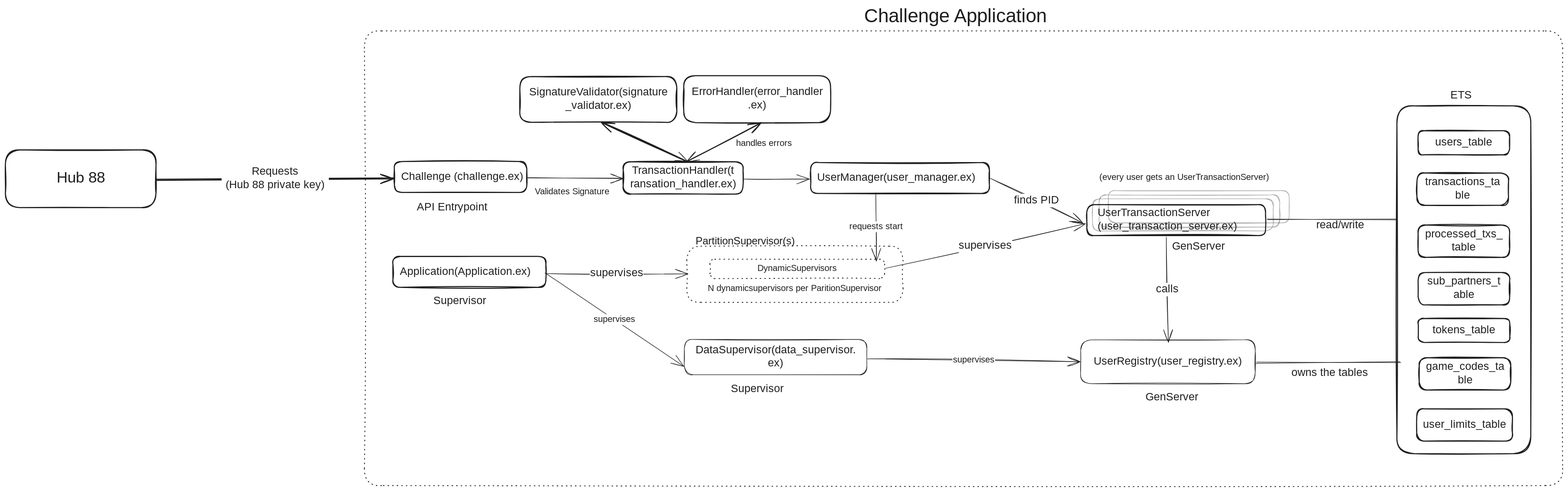
Earlier version of the Excalidraw export architecture.excalidraw.svg (0xSSDD/hub88-snr-sol). Source tidied: one line per element, renumbered; positions are measured from the earlier drawing's top-left corner, leaving out a move shared by most shapes.
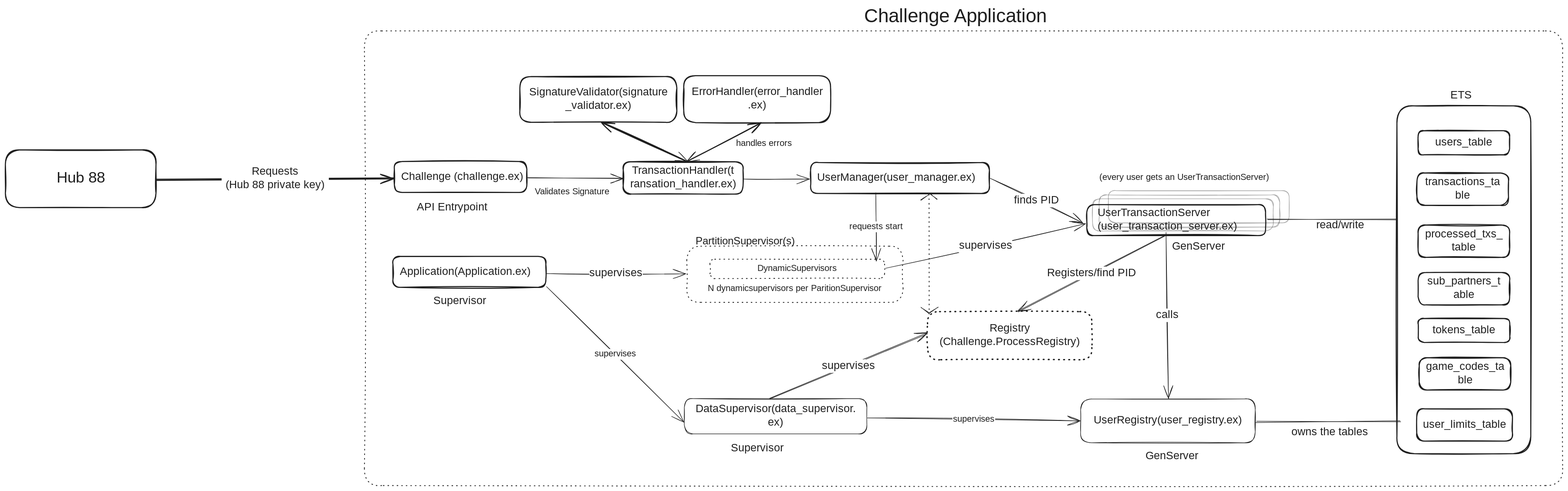
Later version of the same file.

Commit message:
docs and diagram improvment

The edit, as a diff of the source:
```diff
@@ -24,12 +24,12 @@
 {"id": 23, "type": "arrow", "strokeColor": "#1e1e1e", "strokeWidth": 1, "roughness": 1, "endArrowhead": "arrow", "from": 9, "to": 7, "x": 1111, "y": 217, "width": 159, "height": 73, "points": [[0, 0], [159, 73]]}
 {"id": 24, "type": "arrow", "strokeColor": "#1e1e1e", "strokeWidth": 2, "roughness": 1, "endArrowhead": "arrow", "from": 7, "to": 11, "x": 1267, "y": 290, "width": 138, "height": 72, "points": [[0, 0], [138, -72]]}
 {"id": 25, "type": "arrow", "strokeColor": "#1e1e1e", "strokeWidth": 1, "roughness": 1, "endArrowhead": "arrow", "from": 11, "to": 7, "x": 1406, "y": 219, "width": 140, "height": 72, "points": [[0, 0], [-140, 72]]}
-{"id": 26, "type": "rectangle", "strokeColor": "#1e1e1e", "strokeWidth": 1, "roughness": 1, "round": true, "x": 1262, "y": 621, "width": 339, "height": 66}
+{"id": 26, "type": "rectangle", "strokeColor": "#1e1e1e", "strokeWidth": 1, "roughness": 1, "round": true, "x": 1262, "y": 731, "width": 339, "height": 66}
-{"id": 27, "type": "text", "text": "DataSupervisor(data_supervisor.\nex)", "strokeColor": "#1e1e1e", "strokeWidth": 1, "roughness": 1, "fontSize": 20, "fontFamily": 5, "textAlign": "center", "verticalAlign": "middle", "inside": 26, "x": 1272, "y": 629, "width": 320, "height": 50}
+{"id": 27, "type": "text", "text": "DataSupervisor(data_supervisor.\nex)", "strokeColor": "#1e1e1e", "strokeWidth": 1, "roughness": 1, "fontSize": 20, "fontFamily": 5, "textAlign": "center", "verticalAlign": "middle", "inside": 26, "x": 1272, "y": 738, "width": 320, "height": 50}
-{"id": 28, "type": "arrow", "strokeColor": "#1e1e1e", "strokeWidth": 1, "roughness": 1, "endArrowhead": "arrow", "from": 26, "to": 30, "x": 1603, "y": 657, "width": 395, "height": 5, "points": [[0, 0], [395, 5]]}
+{"id": 28, "type": "arrow", "strokeColor": "#1e1e1e", "strokeWidth": 1, "roughness": 1, "endArrowhead": "arrow", "from": 26, "to": 30, "x": 1603, "y": 767, "width": 395, "height": 5, "points": [[0, 0], [395, 5]]}
 {"id": 29, "type": "text", "text": "supervises", "strokeColor": "#1e1e1e", "strokeWidth": 1, "strokeStyle": "dotted", "roughness": 1, "fontSize": 16, "fontFamily": 5, "textAlign": "center", "verticalAlign": "middle", "inside": 28, "x": 1707, "y": 655, "width": 80, "height": 20}
-{"id": 30, "type": "rectangle", "strokeColor": "#1e1e1e", "strokeWidth": 1, "roughness": 1, "round": true, "x": 1999, "y": 621, "width": 325, "height": 82}
+{"id": 30, "type": "rectangle", "strokeColor": "#1e1e1e", "strokeWidth": 1, "roughness": 1, "round": true, "x": 1999, "y": 731, "width": 325, "height": 82}
-{"id": 31, "type": "text", "text": "UserRegistry(user_registry.ex)", "strokeColor": "#1e1e1e", "strokeWidth": 1, "roughness": 1, "fontSize": 20, "fontFamily": 5, "textAlign": "center", "verticalAlign": "middle", "inside": 30, "x": 2011, "y": 650, "width": 301, "height": 25}
+{"id": 31, "type": "text", "text": "UserRegistry(user_registry.ex)", "strokeColor": "#1e1e1e", "strokeWidth": 1, "roughness": 1, "fontSize": 20, "fontFamily": 5, "textAlign": "center", "verticalAlign": "middle", "inside": 30, "x": 2011, "y": 760, "width": 301, "height": 25}
 {"id": 32, "type": "rectangle", "strokeColor": "#1e1e1e", "strokeWidth": 2, "roughness": 1, "round": true, "x": 2587, "y": 187, "width": 249, "height": 646}
 {"id": 33, "type": "rectangle", "strokeColor": "#1e1e1e", "strokeWidth": 2, "roughness": 1, "round": true, "x": 2626, "y": 233, "width": 170, "height": 45}
 {"id": 34, "type": "text", "text": "users_table", "strokeColor": "#1e1e1e", "strokeWidth": 1, "roughness": 1, "fontSize": 20, "fontFamily": 5, "textAlign": "center", "verticalAlign": "middle", "inside": 33, "x": 2654, "y": 243, "width": 114, "height": 25}
@@ -47,20 +47,20 @@
 {"id": 46, "type": "text", "text": "user_limits_table", "strokeColor": "#1e1e1e", "strokeWidth": 1, "roughness": 1, "fontSize": 20, "fontFamily": 5, "textAlign": "center", "verticalAlign": "middle", "inside": 45, "x": 2630, "y": 767, "width": 166, "height": 25}
 {"id": 47, "type": "line", "strokeColor": "#1e1e1e", "strokeWidth": 1, "roughness": 1, "round": true, "x": 2347, "y": 398, "width": 240, "height": 1, "points": [[0, 0], [240, -1]]}
 {"id": 48, "type": "text", "text": "ETS", "strokeColor": "#1e1e1e", "strokeWidth": 1, "roughness": 1, "fontSize": 20, "fontFamily": 5, "x": 2687, "y": 155, "width": 44, "height": 25}
-{"id": 49, "type": "arrow", "strokeColor": "#1e1e1e", "strokeWidth": 1, "roughness": 1, "endArrowhead": "arrow", "from": 20, "to": 26, "x": 1003, "y": 497, "width": 258, "height": 174, "points": [[0, 0], [258, 174]]}
+{"id": 49, "type": "arrow", "strokeColor": "#1e1e1e", "strokeWidth": 1, "roughness": 1, "endArrowhead": "arrow", "from": 20, "to": 26, "x": 1006, "y": 523, "width": 255, "height": 252, "points": [[0, 0], [255, 252]]}
-{"id": 50, "type": "text", "text": "supervises", "strokeColor": "#1e1e1e", "strokeWidth": 1, "strokeStyle": "dotted", "roughness": 1, "fontSize": 16, "fontFamily": 5, "textAlign": "center", "verticalAlign": "middle", "inside": 49, "x": 1041, "y": 577, "width": 80, "height": 20}
+{"id": 50, "type": "text", "text": "supervises", "strokeColor": "#1e1e1e", "strokeWidth": 1, "strokeStyle": "dotted", "roughness": 1, "fontSize": 16, "fontFamily": 5, "textAlign": "center", "verticalAlign": "middle", "inside": 49, "x": 1080, "y": 629, "width": 80, "height": 20}
 {"id": 51, "type": "text", "text": "(every user gets an UserTransactionServer)", "strokeColor": "#1e1e1e", "strokeWidth": 1, "roughness": 1, "fontSize": 16.32, "fontFamily": 5, "x": 2034, "y": 310, "width": 349, "height": 20}
 {"id": 52, "type": "rectangle", "strokeColor": "#1e1e1e", "strokeWidth": 1, "roughness": 1, "opacity": 40, "round": true, "x": 2021, "y": 359, "width": 336, "height": 60}
 {"id": 53, "type": "rectangle", "strokeColor": "#1e1e1e", "strokeWidth": 1, "roughness": 1, "opacity": 40, "round": true, "x": 2033, "y": 352, "width": 336, "height": 60}
 {"id": 54, "type": "rectangle", "strokeColor": "#1e1e1e", "strokeWidth": 1, "roughness": 1, "opacity": 40, "round": true, "x": 2051, "y": 344, "width": 336, "height": 60}
-{"id": 55, "type": "text", "text": "owns the tables", "strokeColor": "#1e1e1e", "strokeWidth": 1, "roughness": 1, "fontSize": 20, "fontFamily": 5, "x": 2391, "y": 671, "width": 156, "height": 25}
+{"id": 55, "type": "text", "text": "owns the tables", "strokeColor": "#1e1e1e", "strokeWidth": 1, "roughness": 1, "fontSize": 20, "fontFamily": 5, "x": 2391, "y": 781, "width": 156, "height": 25}
-{"id": 56, "type": "arrow", "strokeColor": "#1e1e1e", "strokeWidth": 1, "roughness": 1, "endArrowhead": "arrow", "from": 52, "to": 30, "x": 2158, "y": 430, "width": 4, "height": 196, "points": [[0, 0], [4, 196]]}
+{"id": 56, "type": "arrow", "strokeColor": "#1e1e1e", "strokeWidth": 1, "roughness": 1, "endArrowhead": "arrow", "from": 52, "to": 30, "x": 2158, "y": 422, "width": 5, "height": 308, "points": [[0, 0], [5, 308]]}
-{"id": 57, "type": "text", "text": "calls", "strokeColor": "#1e1e1e", "strokeWidth": 1, "roughness": 1, "fontSize": 20, "fontFamily": 5, "textAlign": "center", "verticalAlign": "middle", "inside": 56, "x": 2139, "y": 516, "width": 41, "height": 25}
+{"id": 57, "type": "text", "text": "calls", "strokeColor": "#1e1e1e", "strokeWidth": 1, "roughness": 1, "fontSize": 20, "fontFamily": 5, "textAlign": "center", "verticalAlign": "middle", "inside": 56, "x": 2139, "y": 563, "width": 41, "height": 25}
 {"id": 58, "type": "text", "text": "read/write", "strokeColor": "#1e1e1e", "strokeWidth": 1, "roughness": 1, "fontSize": 20, "fontFamily": 5, "x": 2437, "y": 396, "width": 103, "height": 25}
-{"id": 59, "type": "line", "strokeColor": "#1e1e1e", "strokeWidth": 1, "roughness": 1, "round": true, "x": 2326, "y": 664, "width": 268, "height": 0, "points": [[0, 0], [268, 0]]}
+{"id": 59, "type": "line", "strokeColor": "#1e1e1e", "strokeWidth": 1, "roughness": 1, "round": true, "x": 2326, "y": 773, "width": 268, "height": 0, "points": [[0, 0], [268, 0]]}
 {"id": 60, "type": "text", "text": "Supervisor", "strokeColor": "#1e1e1e", "strokeWidth": 1, "roughness": 1, "fontSize": 20, "fontFamily": 6, "x": 795, "y": 535, "width": 97, "height": 27}
-{"id": 61, "type": "text", "text": "Supervisor", "strokeColor": "#1e1e1e", "strokeWidth": 1, "roughness": 1, "fontSize": 20, "fontFamily": 6, "x": 1349, "y": 699, "width": 97, "height": 27}
+{"id": 61, "type": "text", "text": "Supervisor", "strokeColor": "#1e1e1e", "strokeWidth": 1, "roughness": 1, "fontSize": 20, "fontFamily": 6, "x": 1349, "y": 809, "width": 97, "height": 27}
-{"id": 62, "type": "text", "text": "GenServer", "strokeColor": "#1e1e1e", "strokeWidth": 1, "roughness": 1, "fontSize": 20, "fontFamily": 6, "x": 2120, "y": 714, "width": 96, "height": 27}
+{"id": 62, "type": "text", "text": "GenServer", "strokeColor": "#1e1e1e", "strokeWidth": 1, "roughness": 1, "fontSize": 20, "fontFamily": 6, "x": 2120, "y": 824, "width": 96, "height": 27}
 {"id": 63, "type": "text", "text": "GenServer", "strokeColor": "#1e1e1e", "strokeWidth": 1, "roughness": 1, "fontSize": 20, "fontFamily": 6, "x": 2169, "y": 434, "width": 96, "height": 27}
 {"id": 64, "type": "rectangle", "strokeColor": "#1e1e1e", "strokeWidth": 1, "strokeStyle": "dotted", "roughness": 1, "round": true, "x": 667, "y": 47, "width": 2228, "height": 845}
 {"id": 65, "type": "text", "text": "Challenge Application", "strokeColor": "#1e1e1e", "strokeWidth": 1, "strokeStyle": "dotted", "roughness": 1, "fontSize": 36, "fontFamily": 8, "x": 1596, "y": 0, "width": 416, "height": 45}
@@ -72,9 +72,20 @@
 {"id": 71, "type": "rectangle", "strokeColor": "#1e1e1e", "strokeWidth": 1, "strokeStyle": "dotted", "roughness": 1, "round": true, "x": 1310, "y": 472, "width": 325, "height": 36}
 {"id": 72, "type": "text", "text": "DynamicSupervisors", "strokeColor": "#1e1e1e", "strokeWidth": 1, "strokeStyle": "dotted", "roughness": 1, "fontSize": 16.0, "fontFamily": 5, "textAlign": "center", "verticalAlign": "middle", "inside": 71, "x": 1397, "y": 480, "width": 149, "height": 20}
 {"id": 73, "type": "text", "text": "N dynamicsupervisors per ParitionSupervisor", "strokeColor": "#1e1e1e", "strokeWidth": 1, "strokeStyle": "dotted", "roughness": 1, "fontSize": 16.0, "fontFamily": 5, "x": 1306, "y": 517, "width": 339, "height": 20}
-{"id": 74, "type": "arrow", "strokeColor": "#1e1e1e", "strokeWidth": 1, "roughness": 1, "endArrowhead": "arrow", "from": 20, "to": 69, "x": 1004, "y": 498, "width": 265, "height": 0, "points": [[0, 0], [265, 0]]}
+{"id": 74, "type": "arrow", "strokeColor": "#1e1e1e", "strokeWidth": 1, "roughness": 1, "endArrowhead": "arrow", "from": 20, "to": 69, "x": 1006, "y": 498, "width": 259, "height": 0, "points": [[0, 0], [259, 0]]}
 {"id": 75, "type": "text", "text": "supervises", "strokeColor": "#1e1e1e", "strokeWidth": 1, "roughness": 1, "fontSize": 20, "fontFamily": 5, "textAlign": "center", "verticalAlign": "middle", "inside": 74, "x": 1087, "y": 486, "width": 99, "height": 25}
-{"id": 76, "type": "arrow", "strokeColor": "#1e1e1e", "strokeWidth": 1, "roughness": 1, "endArrowhead": "arrow", "from": 71, "to": 52, "x": 1636, "y": 488, "width": 371, "height": 83, "points": [[0, 0], [371, -83]]}
+{"id": 76, "type": "arrow", "strokeColor": "#1e1e1e", "strokeWidth": 1, "roughness": 1, "endArrowhead": "arrow", "from": 71, "to": 52, "x": 1636, "y": 488, "width": 372, "height": 83, "points": [[0, 0], [372, -83]]}
 {"id": 77, "type": "text", "text": "supervises", "strokeColor": "#1e1e1e", "strokeWidth": 2, "roughness": 1, "fontSize": 20, "fontFamily": 5, "textAlign": "center", "verticalAlign": "middle", "inside": 76, "x": 1772, "y": 435, "width": 99, "height": 25}
 {"id": 78, "type": "arrow", "strokeColor": "#1e1e1e", "strokeWidth": 1, "roughness": 1, "endArrowhead": "arrow", "from": 15, "to": 71, "x": 1618, "y": 348, "width": 1, "height": 127, "points": [[0, 0], [1, 127]]}
 {"id": 79, "type": "text", "text": "requests start", "strokeColor": "#1e1e1e", "strokeWidth": 2, "roughness": 1, "fontSize": 16, "fontFamily": 5, "textAlign": "center", "verticalAlign": "middle", "inside": 78, "x": 1557, "y": 402, "width": 116, "height": 20}
+{"id": 80, "type": "rectangle", "strokeColor": "#1e1e1e", "strokeWidth": 2, "strokeStyle": "dotted", "roughness": 1, "round": true, "x": 1714, "y": 569, "width": 305, "height": 89}
+{"id": 81, "type": "text", "text": "Registry\n(Challenge.ProcessRegistry)", "strokeColor": "#1e1e1e", "strokeWidth": 2, "strokeStyle": "dotted", "roughness": 1, "fontSize": 20, "fontFamily": 5, "textAlign": "center", "verticalAlign": "middle", "inside": 80, "x": 1733, "y": 589, "width": 268, "height": 50}
+{"id": 82, "type": "arrow", "strokeColor": "#1e1e1e", "strokeWidth": 1, "roughness": 1, "endArrowhead": "arrow", "round": true, "from": 26, "to": 80, "x": 1421, "y": 730, "width": 292, "height": 120, "points": [[0, 0], [292, -120]]}
+{"id": 83, "type": "text", "text": "supervises", "strokeColor": "#1e1e1e", "strokeWidth": 1, "roughness": 1, "fontSize": 20, "fontFamily": 5, "textAlign": "center", "verticalAlign": "middle", "inside": 82, "x": 1519, "y": 657, "width": 99, "height": 25}
+{"id": 84, "type": "arrow", "strokeColor": "#1e1e1e", "strokeWidth": 1, "roughness": 1, "endArrowhead": "arrow", "round": true, "from": 63, "to": 80, "x": 2156, "y": 427, "width": 274, "height": 142, "points": [[0, 0], [-274, 142]]}
+{"id": 85, "type": "text", "text": "Registers/find PID", "strokeColor": "#1e1e1e", "strokeWidth": 1, "roughness": 1, "fontSize": 20, "fontFamily": 5, "textAlign": "center", "verticalAlign": "middle", "inside": 84, "x": 1916, "y": 487, "width": 190, "height": 25}
+{"id": 86, "type": "line", "strokeColor": "#1e1e1e", "strokeWidth": 1, "strokeStyle": "dotted", "roughness": 1, "round": true, "x": 1716, "y": 350, "width": 1, "height": 225, "points": [[0, 0], [1, 225]]}
+{"id": 87, "type": "line", "strokeColor": "#1e1e1e", "strokeWidth": 1, "roughness": 1, "round": true, "x": 1717, "y": 351, "width": 15, "height": 11, "points": [[0, 0], [-15, 11]]}
+{"id": 88, "type": "line", "strokeColor": "#1e1e1e", "strokeWidth": 1, "roughness": 1, "round": true, "x": 1734, "y": 560, "width": 15, "height": 11, "points": [[0, 0], [-15, 11]]}
+{"id": 89, "type": "line", "strokeColor": "#1e1e1e", "strokeWidth": 1, "roughness": 1, "round": true, "x": 1718, "y": 350, "width": 14, "height": 11, "points": [[0, 0], [14, 11]]}
+{"id": 90, "type": "line", "strokeColor": "#1e1e1e", "strokeWidth": 1, "roughness": 1, "round": true, "x": 1702, "y": 561, "width": 14, "height": 11, "points": [[0, 0], [14, 11]]}
```
